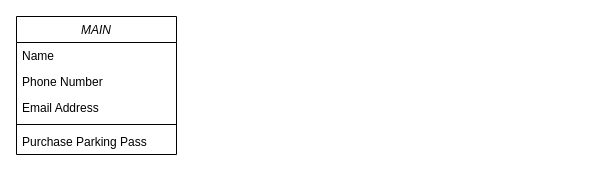
The draw.io diagram Documentation/Traffic-bot.drawio in aj-tap/OCTO, before the edit. Source tidied: cells renumbered, new cells numbered last; positions are measured from the earlier drawing's top-left corner, leaving out a move shared by most shapes. Both pictures are drawn from the tidied source at 100%, with x=0, y=0 at pixel (16, 16).
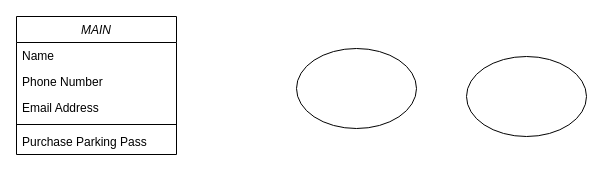
Above is the later version.

Change to the diagram source:
```diff
@@
 <mxGraphModel>
   <root>
     <mxCell id="0" />
     <mxCell id="1" parent="0" />
     <mxCell id="2" value="MAIN" style="swimlane;fontStyle=2;align=center;verticalAlign=top;horizontal=1;startSize=26;rounded=0;shadow=0;strokeWidth=1;" parent="1" vertex="1">
       <mxGeometry width="160" height="138" as="geometry" />
     </mxCell>
     <mxCell id="3" value="Name" style="text;align=left;verticalAlign=top;spacingLeft=4;spacingRight=4;overflow=hidden;" parent="2" vertex="1">
       <mxGeometry y="26" width="160" height="26" as="geometry" />
     </mxCell>
     <mxCell id="4" value="Phone Number" style="text;align=left;verticalAlign=top;spacingLeft=4;spacingRight=4;overflow=hidden;rounded=0;shadow=0;html=0;" parent="2" vertex="1">
       <mxGeometry y="52" width="160" height="26" as="geometry" />
     </mxCell>
     <mxCell id="5" value="Email Address" style="text;align=left;verticalAlign=top;spacingLeft=4;spacingRight=4;overflow=hidden;rounded=0;shadow=0;html=0;" parent="2" vertex="1">
       <mxGeometry y="78" width="160" height="26" as="geometry" />
     </mxCell>
     <mxCell id="6" style="line;html=1;strokeWidth=1;align=left;verticalAlign=middle;spacingTop=-1;spacingLeft=3;spacingRight=3;labelPosition=right;" parent="2" vertex="1">
       <mxGeometry y="104" width="160" height="8" as="geometry" />
     </mxCell>
     <mxCell id="7" value="Purchase Parking Pass" style="text;align=left;verticalAlign=top;spacingLeft=4;spacingRight=4;overflow=hidden;" parent="2" vertex="1">
       <mxGeometry y="112" width="160" height="26" as="geometry" />
     </mxCell>
+    <mxCell id="8" style="ellipse;whiteSpace=wrap;html=1;" parent="1" vertex="1">
+      <mxGeometry x="280" y="32" width="120" height="80" as="geometry" />
+    </mxCell>
+    <mxCell id="9" style="ellipse;whiteSpace=wrap;html=1;" parent="1" vertex="1">
+      <mxGeometry x="450" y="40" width="120" height="80" as="geometry" />
+    </mxCell>
   </root>
 </mxGraphModel>
```
